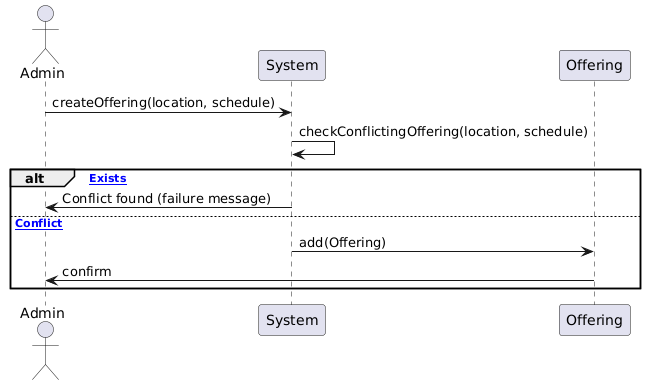
ABALkhabbaz/LessonSchedulingSystem keeps this PlantUML diagram as Diagrams/System Sequence/AdminCreatesOfferingSeq.png. Above is the earlier version. Source of this version:
```plantuml
@startuml
actor Admin
participant System
participant Offering

Admin -> System: createOffering(location, schedule)
System -> System: checkConflictingOffering(location, schedule)
alt [Conflict Exists]
    System -> Admin: Conflict found (failure message)
else [No Conflict]
    System -> Offering: add(Offering)
    Offering -> Admin: confirm
end
@enduml
```
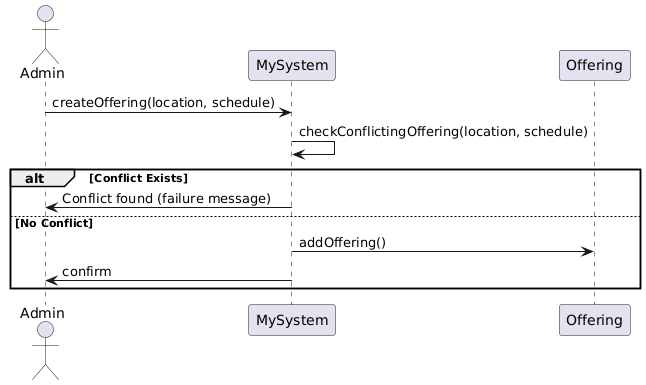
Later version of the same file.

Commit message:
updated system sequence diagrams

Diff of the diagram source:
```diff
@@ -1,14 +1,14 @@
 @startuml
 actor Admin
-participant System
-participant Offering
+participant "MySystem" as system
+participant "Offering" as offering
 
-Admin -> System: createOffering(location, schedule)
-System -> System: checkConflictingOffering(location, schedule)
-alt [Conflict Exists]
-    System -> Admin: Conflict found (failure message)
-else [No Conflict]
-    System -> Offering: add(Offering)
-    Offering -> Admin: confirm
+Admin -> system: createOffering(location, schedule)
+system -> system: checkConflictingOffering(location, schedule)
+alt Conflict Exists
+  system -> Admin: Conflict found (failure message)
+else No Conflict
+  system -> offering: addOffering()
+  system -> Admin: confirm
 end
 @enduml
```
